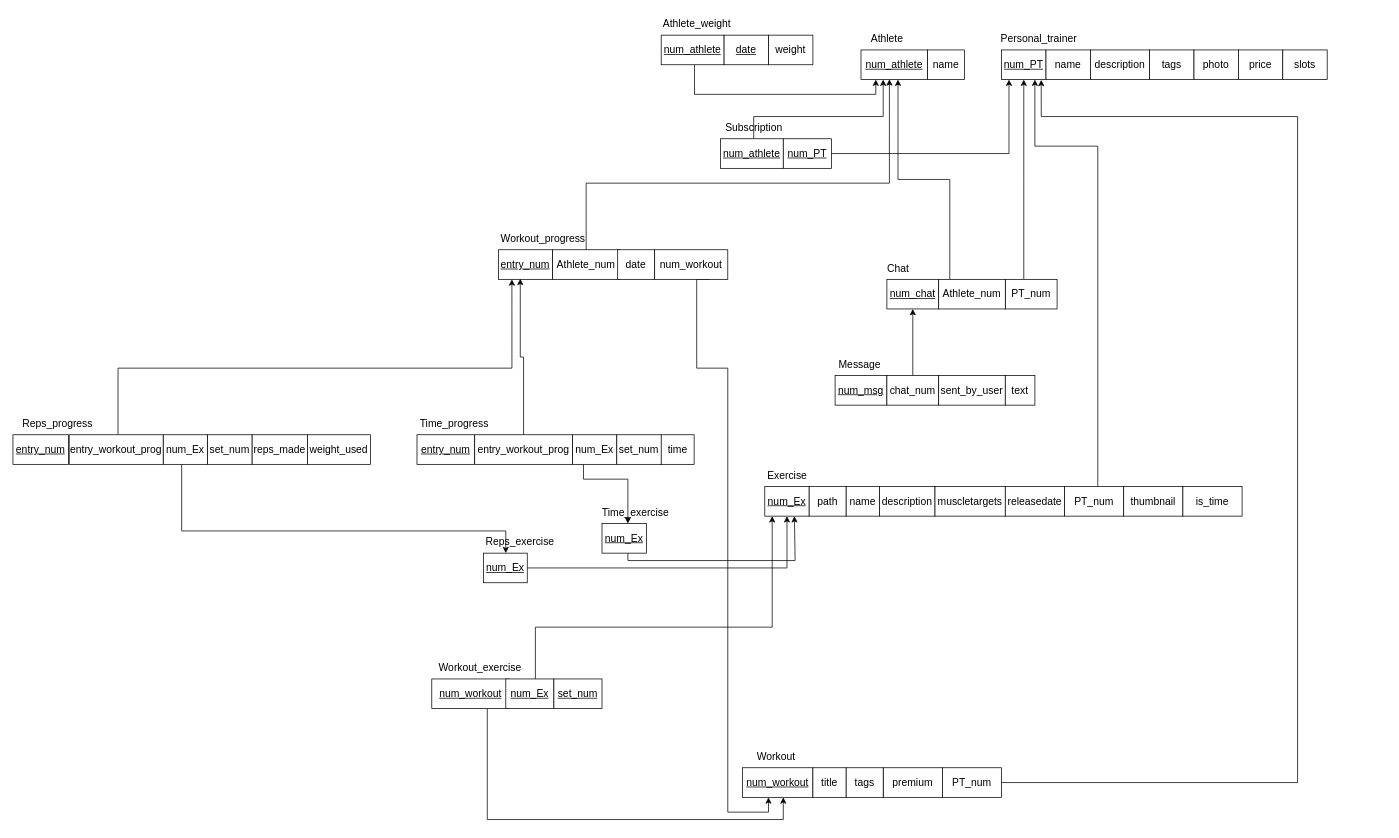
The draw.io diagram ER.drawio in gabrielcosta99/BDProject, before the edit. Source tidied: cells renumbered, new cells numbered last; positions are measured from the earlier drawing's top-left corner, leaving out a move shared by most shapes. Both pictures are drawn from the tidied source at 74%, with x=0, y=0 at pixel (13, 13).
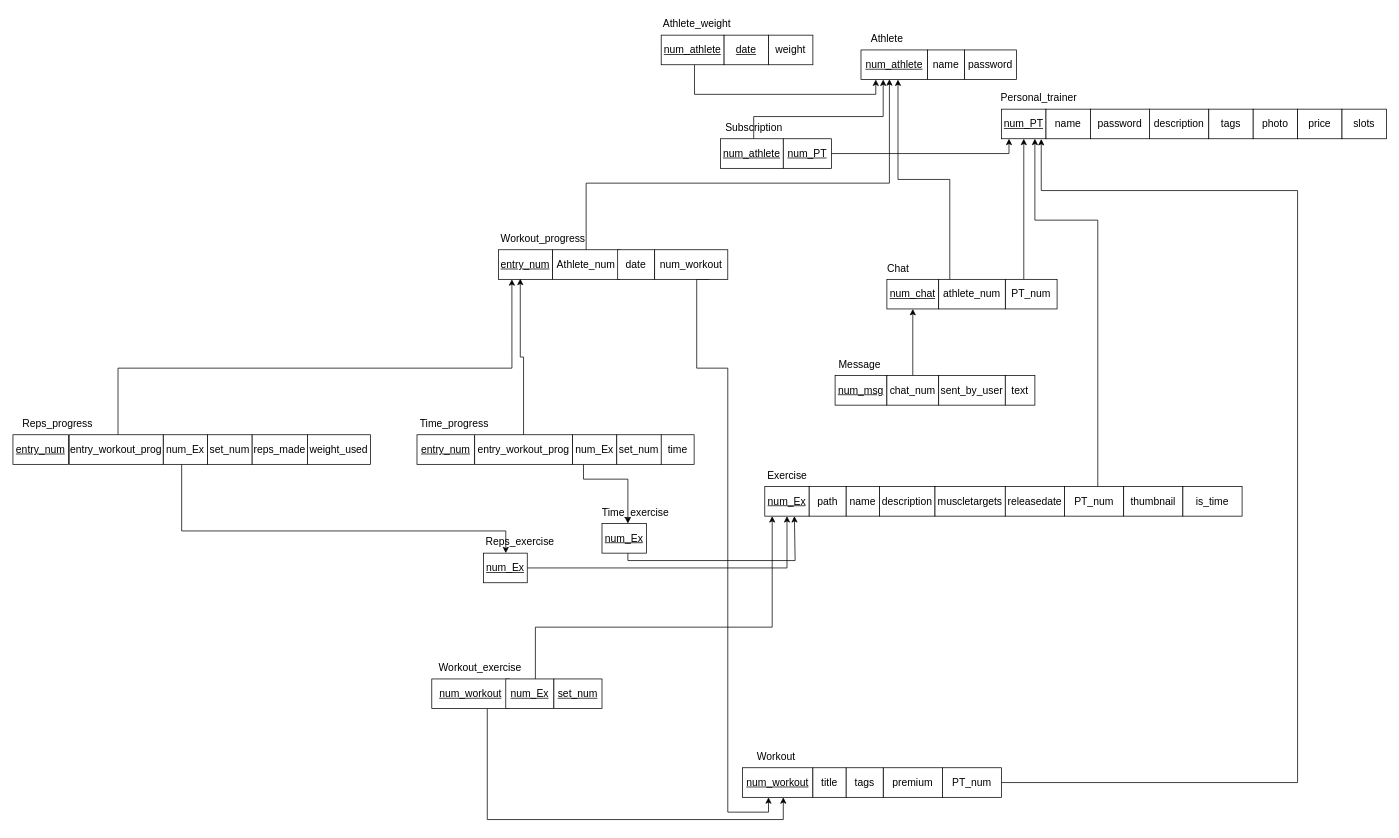
The same diagram, later.

Unchanged cells that the change refers to:
```xml
<mxCell id="30" value="PT_num" style="whiteSpace=wrap;html=1;strokeWidth=1;fontSize=14;" parent="1" vertex="1">
  <mxGeometry x="1421" y="640" width="80" height="40" as="geometry" />
</mxCell>
<mxCell id="74" value="PT_num" style="whiteSpace=wrap;html=1;strokeWidth=1;fontSize=14;" parent="1" vertex="1">
  <mxGeometry x="1256" y="1020" width="80" height="40" as="geometry" />
</mxCell>
```

What changed in the source:
```diff
@@
     <mxCell id="2" value="&lt;u style=&quot;font-size: 14px;&quot;&gt;num_PT&lt;/u&gt;" style="whiteSpace=wrap;html=1;strokeWidth=1;fontSize=14;" parent="1" vertex="1">
-      <mxGeometry x="1336" y="50" width="60" height="40" as="geometry" />
+      <mxGeometry x="1336" y="130" width="60" height="40" as="geometry" />
     </mxCell>
     <mxCell id="3" value="Personal_trainer" style="text;html=1;align=center;verticalAlign=middle;strokeColor=none;fillColor=none;strokeWidth=1;fontSize=14;" parent="1" vertex="1">
-      <mxGeometry x="1321" y="20" width="130" height="30" as="geometry" />
+      <mxGeometry x="1321" y="100" width="130" height="30" as="geometry" />
     </mxCell>
@@
     <mxCell id="17" value="name" style="whiteSpace=wrap;html=1;strokeWidth=1;fontSize=14;" parent="1" vertex="1">
-      <mxGeometry x="1396" y="50" width="60" height="40" as="geometry" />
+      <mxGeometry x="1396" y="130" width="60" height="40" as="geometry" />
     </mxCell>
     <mxCell id="18" value="description" style="whiteSpace=wrap;html=1;strokeWidth=1;fontSize=14;" parent="1" vertex="1">
-      <mxGeometry x="1456" y="50" width="80" height="40" as="geometry" />
+      <mxGeometry x="1536" y="130" width="80" height="40" as="geometry" />
     </mxCell>
     <mxCell id="19" value="tags" style="whiteSpace=wrap;html=1;strokeWidth=1;fontSize=14;" parent="1" vertex="1">
-      <mxGeometry x="1536" y="50" width="60" height="40" as="geometry" />
+      <mxGeometry x="1616" y="130" width="60" height="40" as="geometry" />
     </mxCell>
     <mxCell id="20" value="photo" style="whiteSpace=wrap;html=1;strokeWidth=1;fontSize=14;" parent="1" vertex="1">
-      <mxGeometry x="1596" y="50" width="60" height="40" as="geometry" />
+      <mxGeometry x="1676" y="130" width="60" height="40" as="geometry" />
     </mxCell>
     <mxCell id="21" value="price" style="whiteSpace=wrap;html=1;strokeWidth=1;fontSize=14;" parent="1" vertex="1">
-      <mxGeometry x="1656" y="50" width="60" height="40" as="geometry" />
+      <mxGeometry x="1736" y="130" width="60" height="40" as="geometry" />
     </mxCell>
     <mxCell id="22" value="slots" style="whiteSpace=wrap;html=1;strokeWidth=1;fontSize=14;" parent="1" vertex="1">
-      <mxGeometry x="1716" y="50" width="60" height="40" as="geometry" />
+      <mxGeometry x="1796" y="130" width="60" height="40" as="geometry" />
     </mxCell>
@@
     <mxCell id="29" style="edgeStyle=orthogonalEdgeStyle;rounded=0;jettySize=auto;html=1;entryX=0.75;entryY=1;entryDx=0;entryDy=0;strokeWidth=1;fontSize=14;" parent="1" edge="1" source="30" target="2">
       <mxGeometry relative="1" as="geometry">
         <Array as="points">
-          <mxPoint x="1466" y="180" />
-          <mxPoint x="1381" y="180" />
+          <mxPoint x="1466" y="280" />
+          <mxPoint x="1381" y="280" />
         </Array>
       </mxGeometry>
     </mxCell>
@@
-    <mxCell id="35" value="Athlete_num" style="whiteSpace=wrap;html=1;strokeWidth=1;fontSize=14;" parent="1" vertex="1">
+    <mxCell id="35" value="athlete_num" style="whiteSpace=wrap;html=1;strokeWidth=1;fontSize=14;" parent="1" vertex="1">
       <mxGeometry x="1251" y="360" width="90" height="40" as="geometry" />
     </mxCell>
@@
     <mxCell id="75" style="edgeStyle=orthogonalEdgeStyle;rounded=0;jettySize=auto;html=1;entryX=0.893;entryY=1.01;entryDx=0;entryDy=0;entryPerimeter=0;exitX=1;exitY=0.5;exitDx=0;exitDy=0;strokeWidth=1;fontSize=14;" parent="1" edge="1" source="74" target="2">
       <mxGeometry relative="1" as="geometry">
         <Array as="points">
           <mxPoint x="1736" y="1040" />
-          <mxPoint x="1736" y="140" />
-          <mxPoint x="1390" y="140" />
+          <mxPoint x="1736" y="240" />
+          <mxPoint x="1390" y="240" />
         </Array>
       </mxGeometry>
     </mxCell>
@@
+    <mxCell id="89" value="password" style="whiteSpace=wrap;html=1;strokeWidth=1;fontSize=14;" parent="1" vertex="1">
+      <mxGeometry x="1286" y="50" width="70" height="40" as="geometry" />
+    </mxCell>
+    <mxCell id="90" value="password" style="whiteSpace=wrap;html=1;strokeWidth=1;fontSize=14;" parent="1" vertex="1">
+      <mxGeometry x="1456" y="130" width="80" height="40" as="geometry" />
+    </mxCell>
```
